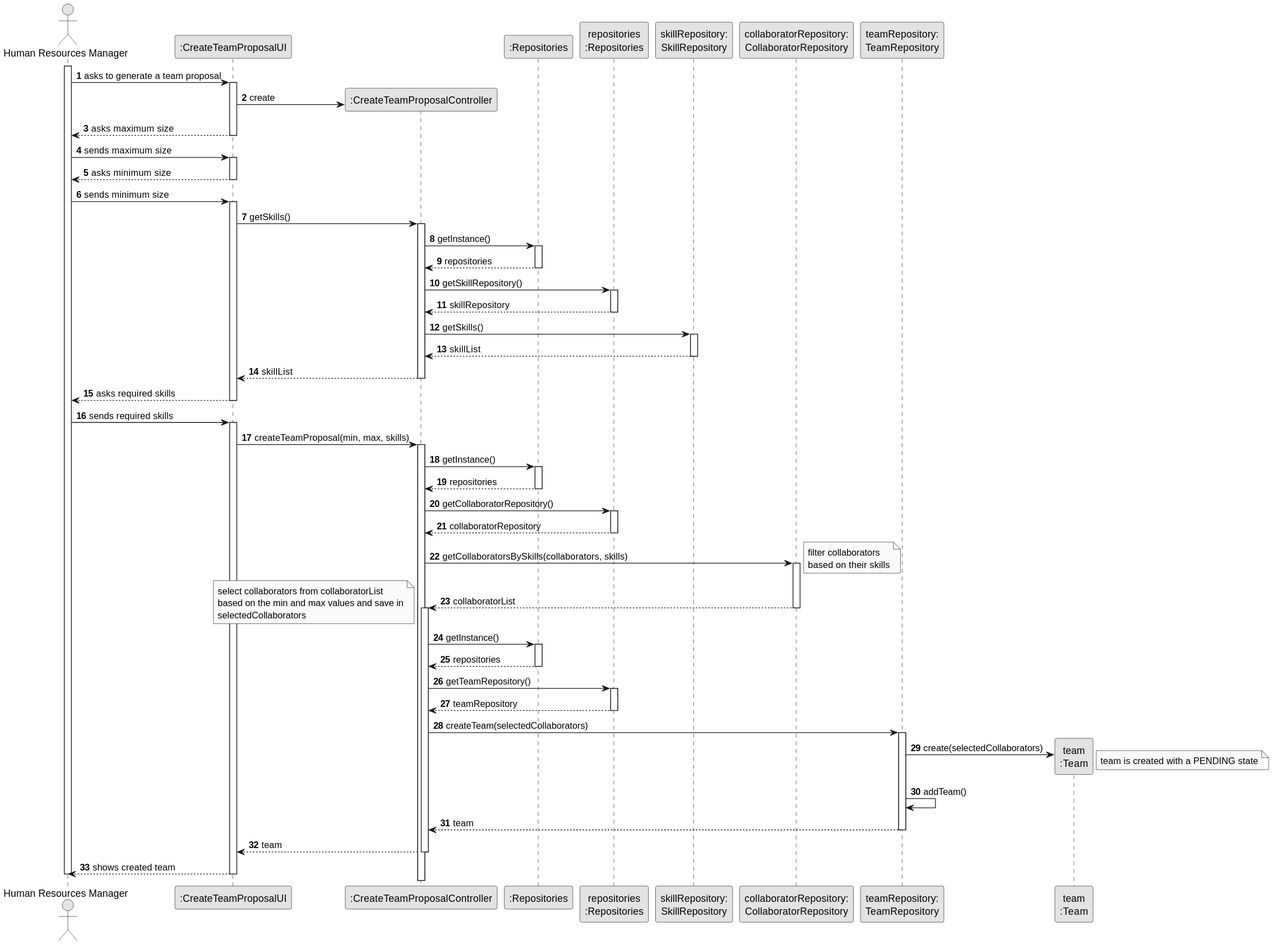
This is docs/sprintB/us005/03.design/svg/us005-sequence-diagram-full.svg from Departamento-de-Engenharia-Informatica/lei-24-s2-1do-g164, a PlantUML export, as it was before one commit.
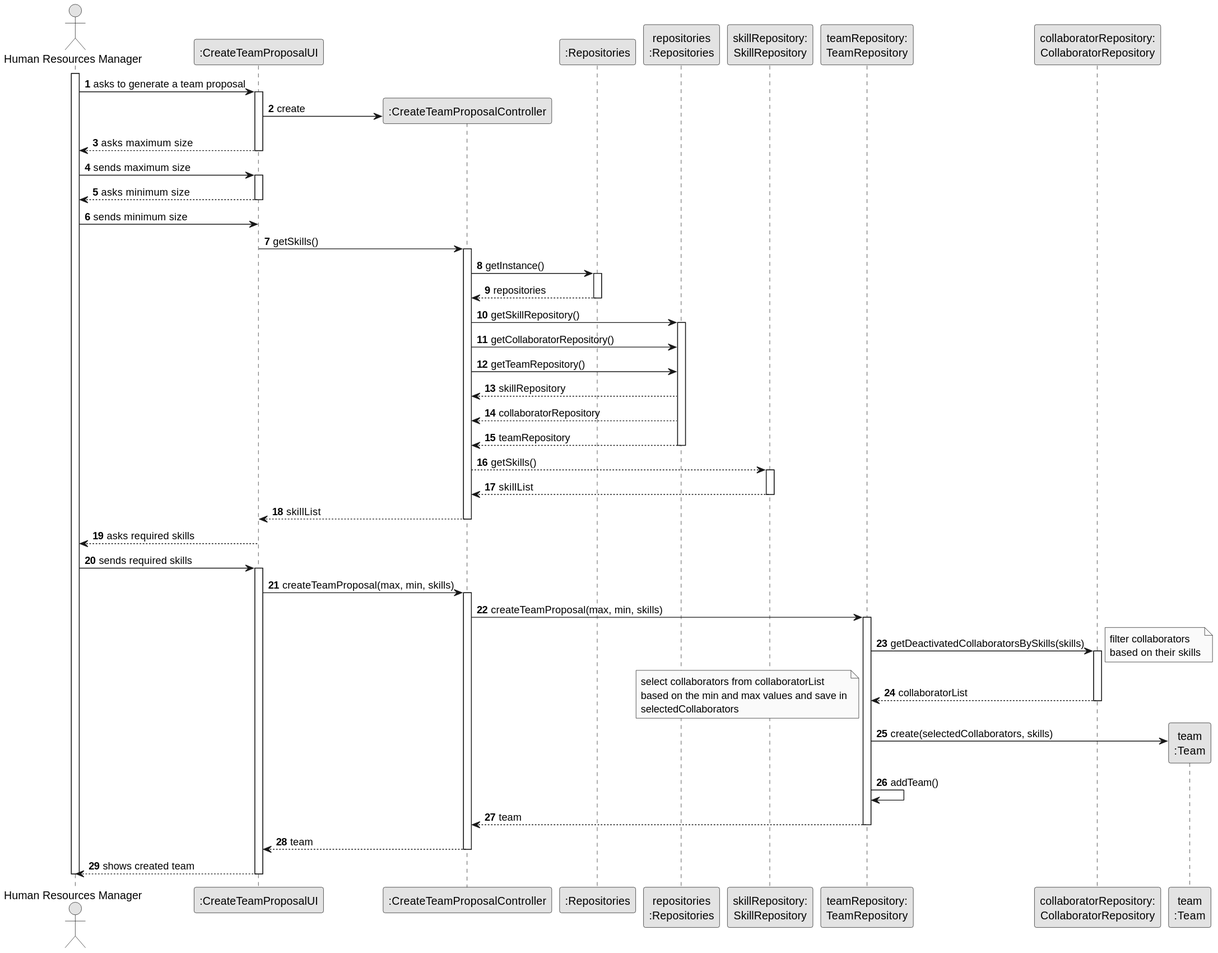
The same diagram one commit later.

Commit message:
us005(docs): changes in class diagram

Change to the diagram source:
```diff
@@ -11,14 +11,16 @@
 participant ":Repositories" as RepositorySingleton
 participant "repositories\n:Repositories" as PLAT
 participant "skillRepository:\nSkillRepository" as SkillRepository
+participant "teamRepository:\nTeamRepository" as TeamRepository
 participant "collaboratorRepository:\nCollaboratorRepository" as CollaboratorRepository
-participant "teamRepository:\nTeamRepository" as TeamRepository
+
 participant "team\n:Team" as TEAM
 
 activate HRM
   HRM -> UI : asks to generate a team proposal
   activate UI
-    UI -> CTRL** : create
+
+      UI -> CTRL** : create
     UI --> HRM : asks maximum size
   deactivate UI
 
@@ -28,7 +30,7 @@
   deactivate UI
 
   HRM -> UI : sends minimum size
-  activate UI
+
     UI -> CTRL : getSkills()
     activate CTRL
       CTRL -> RepositorySingleton : getInstance()
@@ -38,11 +40,25 @@
 
       CTRL -> PLAT : getSkillRepository()
       activate PLAT
-        PLAT --> CTRL : skillRepository
-      deactivate PLAT
 
-      CTRL -> SkillRepository : getSkills()
-      activate SkillRepository
+       CTRL -> PLAT : getCollaboratorRepository()
+
+
+       CTRL -> PLAT : getTeamRepository()
+       PLAT --> CTRL : skillRepository
+
+
+
+      PLAT --> CTRL : collaboratorRepository
+
+      PLAT --> CTRL : teamRepository
+        deactivate PLAT
+
+
+
+CTRL --> SkillRepository: getSkills()
+activate SkillRepository
+
         SkillRepository --> CTRL : skillList
       deactivate SkillRepository
       CTRL --> UI : skillList
@@ -53,43 +69,28 @@
 
   HRM -> UI : sends required skills
   activate UI
-    UI -> CTRL : createTeamProposal(min, max, skills)
+    UI -> CTRL : createTeamProposal(max, min, skills)
     activate CTRL
-      CTRL -> RepositorySingleton : getInstance()
-      activate RepositorySingleton
-        RepositorySingleton --> CTRL : repositories
-      deactivate RepositorySingleton
-
-      CTRL -> PLAT : getCollaboratorRepository()
-      activate PLAT
-        PLAT --> CTRL : collaboratorRepository
-      deactivate PLAT
-
-      CTRL -> CollaboratorRepository : getCollaboratorsBySkills(collaborators, skills)
-      note right : filter collaborators\nbased on their skills
-      activate CollaboratorRepository
-        CollaboratorRepository --> CTRL : collaboratorList
-      deactivate CollaboratorRepository
-      note bottom : select collaborators from collaboratorList\nbased on the min and max values and save in\nselectedCollaborators
 
 
-activate CTRL
-      CTRL -> RepositorySingleton : getInstance()
-      activate RepositorySingleton
-        RepositorySingleton --> CTRL : repositories
-      deactivate RepositorySingleton
+    CTRL -> TeamRepository : createTeamProposal(max, min, skills)
+    activate TeamRepository
+
+    TeamRepository -> CollaboratorRepository : getDeactivatedCollaboratorsBySkills(skills)
+          note right : filter collaborators\nbased on their skills
+          activate CollaboratorRepository
+            CollaboratorRepository --> TeamRepository : collaboratorList
+
+
+          deactivate CollaboratorRepository
+          note bottom : select collaborators from collaboratorList\nbased on the min and max values and save in\nselectedCollaborators
 
 
 
-      CTRL -> PLAT : getTeamRepository()
-      activate PLAT
-        PLAT --> CTRL : teamRepository
-      deactivate PLAT
 
-      CTRL -> TeamRepository : createTeam(selectedCollaborators)
-      activate TeamRepository
-        TeamRepository -> TEAM** : create(selectedCollaborators)
-        note right : team is created with a PENDING state
+
+        TeamRepository -> TEAM** : create(selectedCollaborators, skills)
+
         TeamRepository -> TeamRepository : addTeam()
         TeamRepository --> CTRL : team
       deactivate TeamRepository
```
